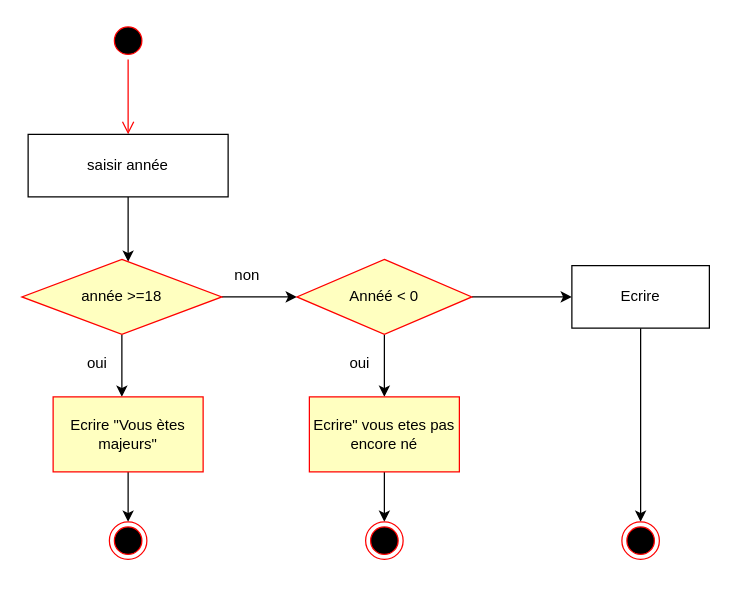
Earlier version of the draw.io diagram Pseudo-code/Diagramme exercice 2_1.drawio (habben57/ABCDEV_2306_HaB). Source tidied: cells renumbered, new cells numbered last; positions are measured from the earlier drawing's top-left corner, leaving out a move shared by most shapes. Both pictures are drawn from the tidied source at 125%, with x=0, y=0 at pixel (21, 21).
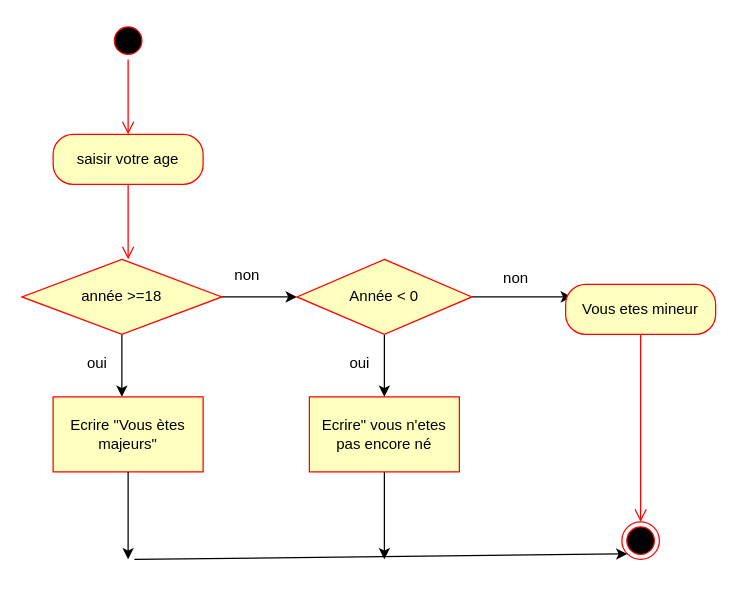
The same diagram, later.

Unchanged cells that the change refers to:
```xml
<mxCell id="8" value="année &amp;gt;=18" style="rhombus;whiteSpace=wrap;html=1;fontColor=#000000;fillColor=#ffffc0;strokeColor=#ff0000;" parent="1" vertex="1">
  <mxGeometry y="190" width="160" height="60" as="geometry" />
</mxCell>
<mxCell id="10" value="Ecrire &quot;Vous ètes majeurs&quot;" style="whiteSpace=wrap;html=1;fillColor=#ffffc0;strokeColor=#ff0000;fontColor=#000000;" parent="1" vertex="1">
  <mxGeometry x="25" y="300" width="120" height="60" as="geometry" />
</mxCell>
<mxCell id="21" style="ellipse;html=1;shape=endState;fillColor=#000000;strokeColor=#ff0000;" parent="1" vertex="1">
  <mxGeometry x="480" y="400" width="30" height="30" as="geometry" />
</mxCell>
```

Diff of the diagram source:
```diff
@@
-    <mxCell id="4" style="edgeStyle=orthogonalEdgeStyle;rounded=0;jettySize=auto;html=1;" parent="1" edge="1" source="5" target="8">
-      <mxGeometry relative="1" as="geometry">
-        <Array as="points">
-          <mxPoint x="80" y="140" />
-          <mxPoint x="80" y="140" />
-        </Array>
-      </mxGeometry>
-    </mxCell>
-    <mxCell id="5" value="saisir année" style="html=1;whiteSpace=wrap;" parent="1" vertex="1">
-      <mxGeometry x="5" y="90" width="160" height="50" as="geometry" />
-    </mxCell>
@@
-    <mxCell id="9" style="edgeStyle=orthogonalEdgeStyle;rounded=0;jettySize=auto;html=1;" parent="1" edge="1" source="10" target="23">
-      <mxGeometry relative="1" as="geometry" />
-    </mxCell>
@@
-    <mxCell id="12" style="edgeStyle=orthogonalEdgeStyle;rounded=0;jettySize=auto;html=1;" parent="1" edge="1" source="13" target="20">
-      <mxGeometry relative="1" as="geometry" />
+    <mxCell id="12" style="edgeStyle=orthogonalEdgeStyle;rounded=0;jettySize=auto;html=1;" parent="1" edge="1" source="13">
+      <mxGeometry relative="1" as="geometry">
+        <mxPoint x="440" y="220" as="targetPoint" />
+      </mxGeometry>
     </mxCell>
-    <mxCell id="13" value="Annéé &amp;lt; 0" style="rhombus;whiteSpace=wrap;html=1;fontColor=#000000;fillColor=#ffffc0;strokeColor=#ff0000;" parent="1" vertex="1">
+    <mxCell id="13" value="Année &amp;lt; 0" style="rhombus;whiteSpace=wrap;html=1;fontColor=#000000;fillColor=#ffffc0;strokeColor=#ff0000;" parent="1" vertex="1">
       <mxGeometry x="220" y="190" width="140" height="60" as="geometry" />
     </mxCell>
@@
-    <mxCell id="16" style="edgeStyle=orthogonalEdgeStyle;rounded=0;jettySize=auto;html=1;" parent="1" edge="1" source="17" target="22">
-      <mxGeometry relative="1" as="geometry" />
+    <mxCell id="16" style="edgeStyle=orthogonalEdgeStyle;rounded=0;jettySize=auto;html=1;" parent="1" edge="1" source="17">
+      <mxGeometry relative="1" as="geometry">
+        <mxPoint x="290" y="430" as="targetPoint" />
+      </mxGeometry>
     </mxCell>
-    <mxCell id="17" value="Ecrire&quot; vous etes pas encore né" style="whiteSpace=wrap;html=1;fillColor=#ffffc0;strokeColor=#ff0000;fontColor=#000000;" parent="1" vertex="1">
+    <mxCell id="17" value="Ecrire&quot; vous n'etes pas encore né" style="whiteSpace=wrap;html=1;fillColor=#ffffc0;strokeColor=#ff0000;fontColor=#000000;" parent="1" vertex="1">
       <mxGeometry x="230" y="300" width="120" height="60" as="geometry" />
     </mxCell>
@@
-    <mxCell id="19" style="edgeStyle=orthogonalEdgeStyle;rounded=0;jettySize=auto;html=1;entryX=0.5;entryY=0;entryDx=0;entryDy=0;" parent="1" edge="1" source="20" target="21">
-      <mxGeometry relative="1" as="geometry" />
-    </mxCell>
-    <mxCell id="20" value="Ecrire" style="html=1;whiteSpace=wrap;" parent="1" vertex="1">
-      <mxGeometry x="440" y="195" width="110" height="50" as="geometry" />
-    </mxCell>
@@
-    <mxCell id="22" style="ellipse;html=1;shape=endState;fillColor=#000000;strokeColor=#ff0000;" parent="1" vertex="1">
-      <mxGeometry x="275" y="400" width="30" height="30" as="geometry" />
-    </mxCell>
-    <mxCell id="23" style="ellipse;html=1;shape=endState;fillColor=#000000;strokeColor=#ff0000;" parent="1" vertex="1">
-      <mxGeometry x="70" y="400" width="30" height="30" as="geometry" />
-    </mxCell>
+    <mxCell id="24" style="endArrow=classic;html=1;rounded=0;exitX=0.5;exitY=1;exitDx=0;exitDy=0;" parent="1" edge="1" source="10">
+      <mxGeometry relative="1" as="geometry">
+        <mxPoint x="85" y="430" as="targetPoint" />
+      </mxGeometry>
+    </mxCell>
+    <mxCell id="25" style="endArrow=classic;html=1;rounded=0;entryX=0;entryY=1;entryDx=0;entryDy=0;" parent="1" edge="1" target="21">
+      <mxGeometry relative="1" as="geometry">
+        <mxPoint x="90" y="430" as="sourcePoint" />
+      </mxGeometry>
+    </mxCell>
+    <mxCell id="26" value="saisir votre age" style="rounded=1;whiteSpace=wrap;html=1;arcSize=40;fontColor=#000000;fillColor=#ffffc0;strokeColor=#ff0000;" parent="1" vertex="1">
+      <mxGeometry x="25" y="90" width="120" height="40" as="geometry" />
+    </mxCell>
+    <mxCell id="27" style="edgeStyle=orthogonalEdgeStyle;html=1;verticalAlign=bottom;endArrow=open;endSize=8;strokeColor=#ff0000;rounded=0;" parent="1" edge="1" source="26">
+      <mxGeometry relative="1" as="geometry">
+        <mxPoint x="85" y="190" as="targetPoint" />
+      </mxGeometry>
+    </mxCell>
+    <mxCell id="28" value="non" style="text;html=1;align=center;verticalAlign=middle;strokeColor=none;fillColor=none;" parent="1" vertex="1">
+      <mxGeometry x="375" y="190" width="40" height="30" as="geometry" />
+    </mxCell>
+    <mxCell id="29" value="Vous etes mineur" style="rounded=1;whiteSpace=wrap;html=1;arcSize=40;fontColor=#000000;fillColor=#ffffc0;strokeColor=#ff0000;" parent="1" vertex="1">
+      <mxGeometry x="435" y="210" width="120" height="40" as="geometry" />
+    </mxCell>
+    <mxCell id="30" style="edgeStyle=orthogonalEdgeStyle;html=1;verticalAlign=bottom;endArrow=open;endSize=8;strokeColor=#ff0000;rounded=0;entryX=0.5;entryY=0;entryDx=0;entryDy=0;" parent="1" edge="1" source="29" target="21">
+      <mxGeometry relative="1" as="geometry" />
+    </mxCell>
```
